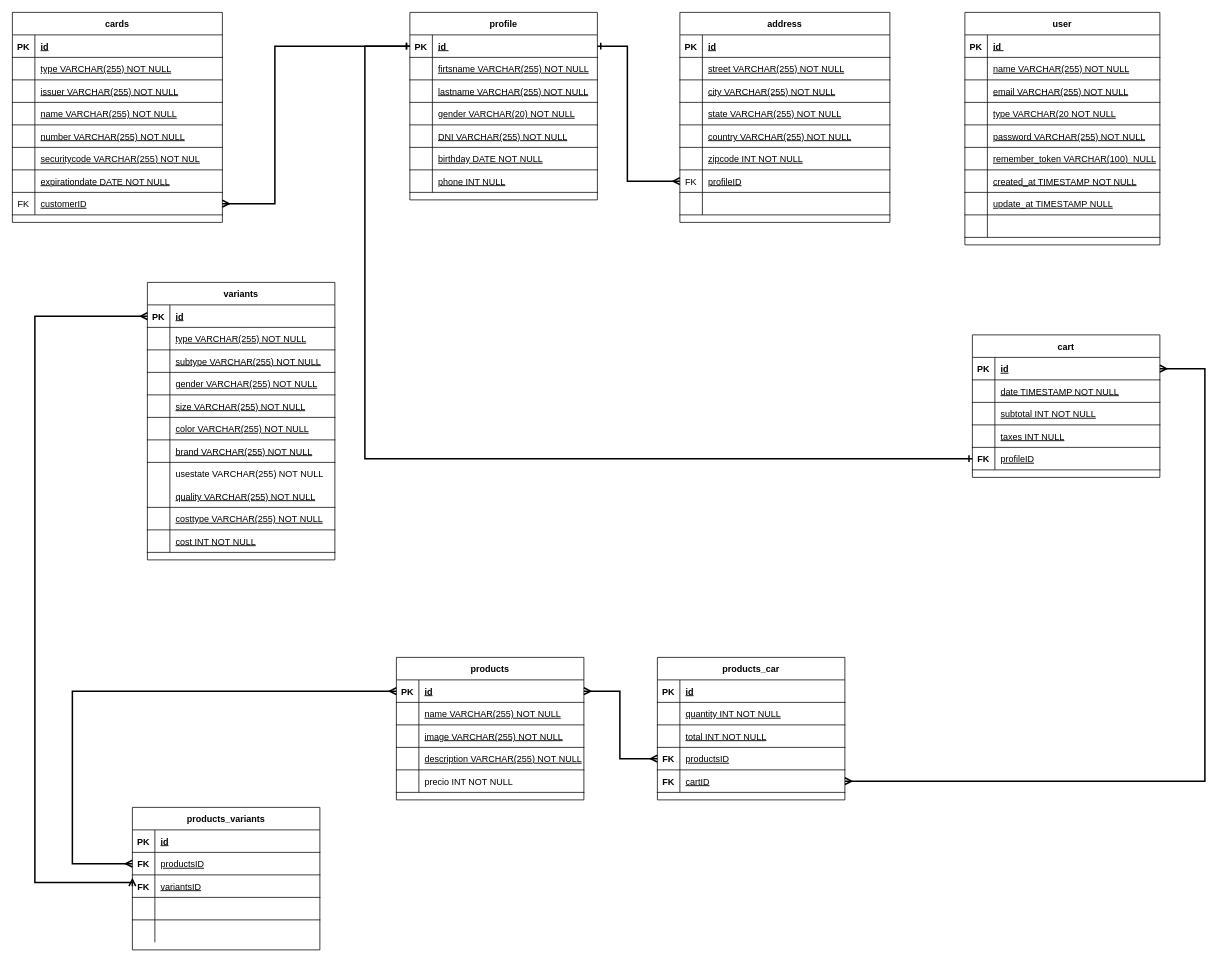
The draw.io diagram Untitled Diagram.drawio in canetemauricio/equipo11, before the edit. Source tidied: cells renumbered, new cells numbered last; positions are measured from the earlier drawing's top-left corner, leaving out a move shared by most shapes. Both pictures are drawn from the tidied source at 75%, with x=0, y=0 at pixel (12, 12).
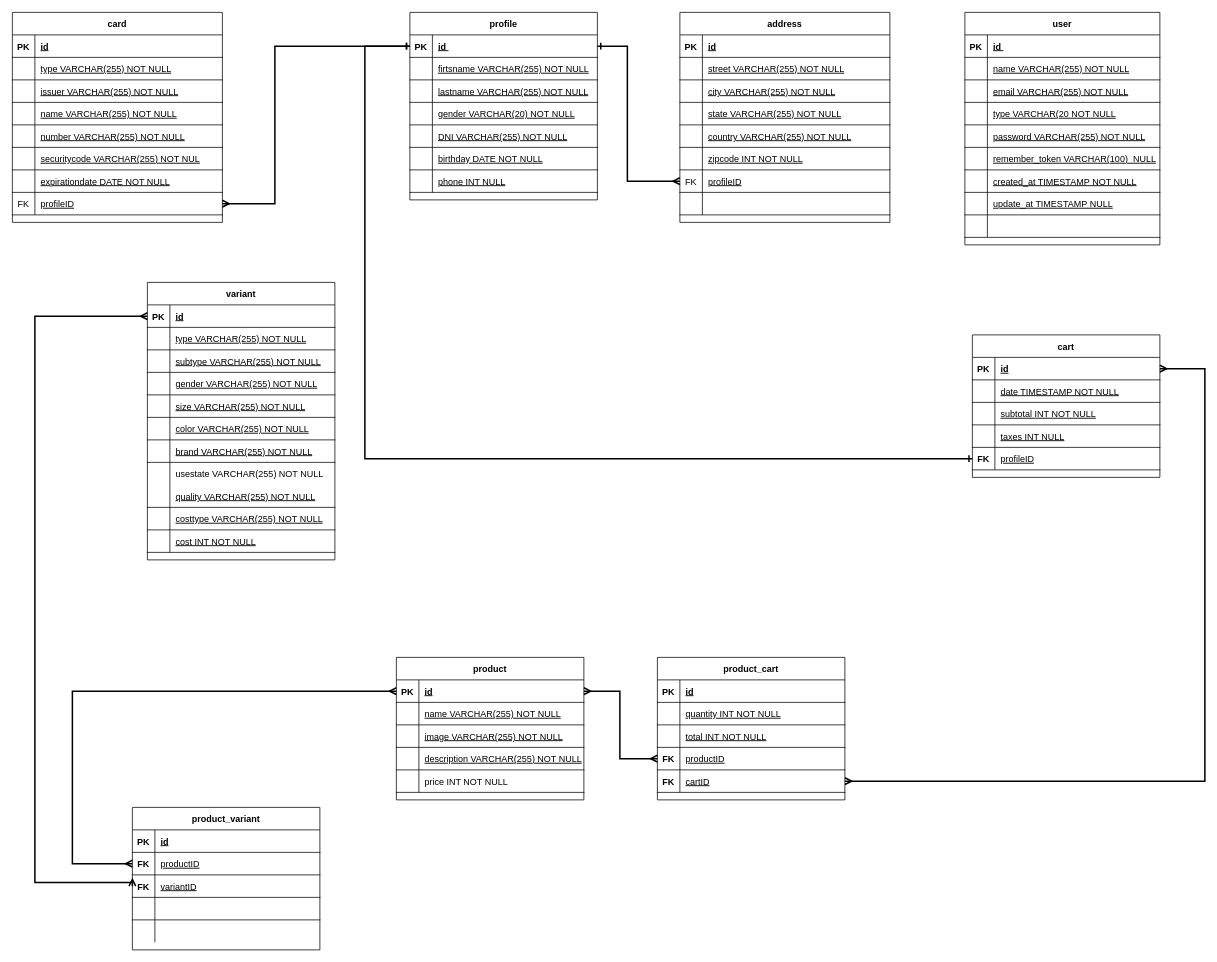
The same page after the edit.

The change refers to these unchanged cells:
```xml
<mxCell id="37" style="shape=partialRectangle;fillColor=none;top=0;left=0;right=0;bottom=1;fontStyle=0;" parent="24" vertex="1">
  <mxGeometry y="150" width="250" height="30" as="geometry" />
</mxCell>
<mxCell id="78" style="shape=partialRectangle;fillColor=none;points=[[0,0.5],[1,0.5]];portConstraint=eastwest;top=0;left=0;right=0;bottom=1;fontStyle=0;" parent="56" vertex="1">
  <mxGeometry y="240" width="280" height="30" as="geometry" />
</mxCell>
<mxCell id="145" style="shape=partialRectangle;fillColor=none;points=[[0,0.5],[1,0.5]];portConstraint=eastwest;top=0;left=0;right=0;bottom=1;" parent="141" vertex="1">
  <mxGeometry y="60" width="250" height="30" as="geometry" />
</mxCell>
<mxCell id="148" style="shape=partialRectangle;fillColor=none;points=[[0,0.5],[1,0.5]];portConstraint=eastwest;top=0;left=0;right=0;bottom=1;" parent="141" vertex="1">
  <mxGeometry y="90" width="250" height="30" as="geometry" />
</mxCell>
<mxCell id="204" style="shape=partialRectangle;fillColor=none;points=[[0,0.5],[1,0.5]];portConstraint=eastwest;top=0;left=0;right=0;bottom=1;" parent="194" vertex="1">
  <mxGeometry y="120" width="250" height="30" as="geometry" />
</mxCell>
```

Diff of the diagram source:
```diff
@@
-    <mxCell id="24" value="products" style="shape=table;startSize=30;childLayout=tableLayout;rowLines=0;fontStyle=1;align=center;" parent="1" vertex="1">
+    <mxCell id="24" value="product" style="shape=table;startSize=30;childLayout=tableLayout;rowLines=0;fontStyle=1;align=center;" parent="1" vertex="1">
       <mxGeometry x="512" y="860" width="250" height="190" as="geometry" />
     </mxCell>
@@
-    <mxCell id="39" value="precio INT NOT NULL" style="shape=partialRectangle;overflow=hidden;fillColor=none;top=0;left=0;bottom=0;right=0;align=left;spacingLeft=6;fontStyle=0;" parent="37" vertex="1">
+    <mxCell id="39" value="price INT NOT NULL" style="shape=partialRectangle;overflow=hidden;fillColor=none;top=0;left=0;bottom=0;right=0;align=left;spacingLeft=6;fontStyle=0;" parent="37" vertex="1">
       <mxGeometry x="30" width="220" height="30" as="geometry" />
     </mxCell>
@@
-    <mxCell id="56" value="cards" style="shape=table;startSize=30;childLayout=tableLayout;rowLines=0;fontStyle=1;align=center;" parent="1" vertex="1">
+    <mxCell id="56" value="card" style="shape=table;startSize=30;childLayout=tableLayout;rowLines=0;fontStyle=1;align=center;" parent="1" vertex="1">
       <mxGeometry width="280" height="280" as="geometry" />
     </mxCell>
@@
-    <mxCell id="80" value="customerID" style="shape=partialRectangle;overflow=hidden;fillColor=none;top=0;left=0;bottom=0;right=0;align=left;spacingLeft=6;fontStyle=4;" parent="78" vertex="1">
+    <mxCell id="80" value="profileID" style="shape=partialRectangle;overflow=hidden;fillColor=none;top=0;left=0;bottom=0;right=0;align=left;spacingLeft=6;fontStyle=4;" parent="78" vertex="1">
       <mxGeometry x="30" width="250" height="30" as="geometry" />
     </mxCell>
@@
-    <mxCell id="141" value="products_variants" style="shape=table;startSize=30;childLayout=tableLayout;rowLines=0;fontStyle=1;align=center;" parent="1" vertex="1">
+    <mxCell id="141" value="product_variant" style="shape=table;startSize=30;childLayout=tableLayout;rowLines=0;fontStyle=1;align=center;" parent="1" vertex="1">
       <mxGeometry x="160" y="1060" width="250" height="190" as="geometry" />
     </mxCell>
@@
-    <mxCell id="147" value="productsID" style="shape=partialRectangle;overflow=hidden;fillColor=none;top=0;left=0;bottom=0;right=0;align=left;spacingLeft=6;fontStyle=4;" parent="145" vertex="1">
+    <mxCell id="147" value="productID" style="shape=partialRectangle;overflow=hidden;fillColor=none;top=0;left=0;bottom=0;right=0;align=left;spacingLeft=6;fontStyle=4;" parent="145" vertex="1">
       <mxGeometry x="30" width="220" height="30" as="geometry" />
     </mxCell>
@@
-    <mxCell id="150" value="variantsID" style="shape=partialRectangle;overflow=hidden;fillColor=none;top=0;left=0;bottom=0;right=0;align=left;spacingLeft=6;fontStyle=4;" parent="148" vertex="1">
+    <mxCell id="150" value="variantID" style="shape=partialRectangle;overflow=hidden;fillColor=none;top=0;left=0;bottom=0;right=0;align=left;spacingLeft=6;fontStyle=4;" parent="148" vertex="1">
       <mxGeometry x="30" width="220" height="30" as="geometry" />
     </mxCell>
@@
-    <mxCell id="158" value="variants" style="shape=table;startSize=30;childLayout=tableLayout;rowLines=0;fontStyle=1;align=center;" parent="1" vertex="1">
+    <mxCell id="158" value="variant" style="shape=table;startSize=30;childLayout=tableLayout;rowLines=0;fontStyle=1;align=center;" parent="1" vertex="1">
       <mxGeometry x="180" y="360" width="250" height="370" as="geometry" />
     </mxCell>
@@
-    <mxCell id="194" value="products_car" style="shape=table;startSize=30;childLayout=tableLayout;rowLines=0;fontStyle=1;align=center;" parent="1" vertex="1">
+    <mxCell id="194" value="product_cart" style="shape=table;startSize=30;childLayout=tableLayout;rowLines=0;fontStyle=1;align=center;" parent="1" vertex="1">
       <mxGeometry x="860" y="860" width="250" height="190" as="geometry" />
     </mxCell>
@@
-    <mxCell id="206" value="productsID" style="shape=partialRectangle;overflow=hidden;fillColor=none;top=0;left=0;bottom=0;right=0;align=left;spacingLeft=6;fontStyle=4;" parent="204" vertex="1">
+    <mxCell id="206" value="productID" style="shape=partialRectangle;overflow=hidden;fillColor=none;top=0;left=0;bottom=0;right=0;align=left;spacingLeft=6;fontStyle=4;" parent="204" vertex="1">
       <mxGeometry x="30" width="220" height="30" as="geometry" />
     </mxCell>
```
